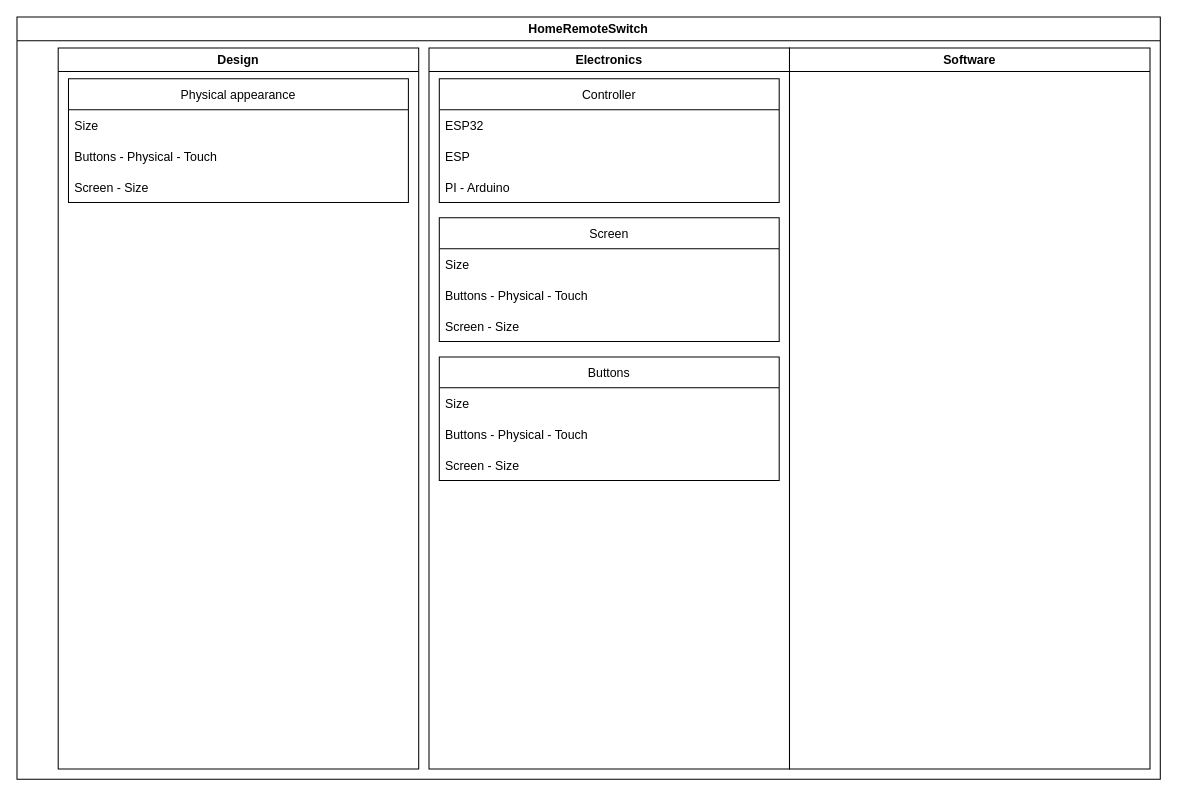
houdaerttim/HomeRemoteSwitch keeps this draw.io diagram as HomeRemoteSwitch.drawio. Above is the earlier version. Source tidied: cells renumbered, new cells numbered last; positions are measured from the earlier drawing's top-left corner, leaving out a move shared by most shapes. Both pictures are drawn from the tidied source at 103%, with x=0, y=0 at pixel (16, 16).
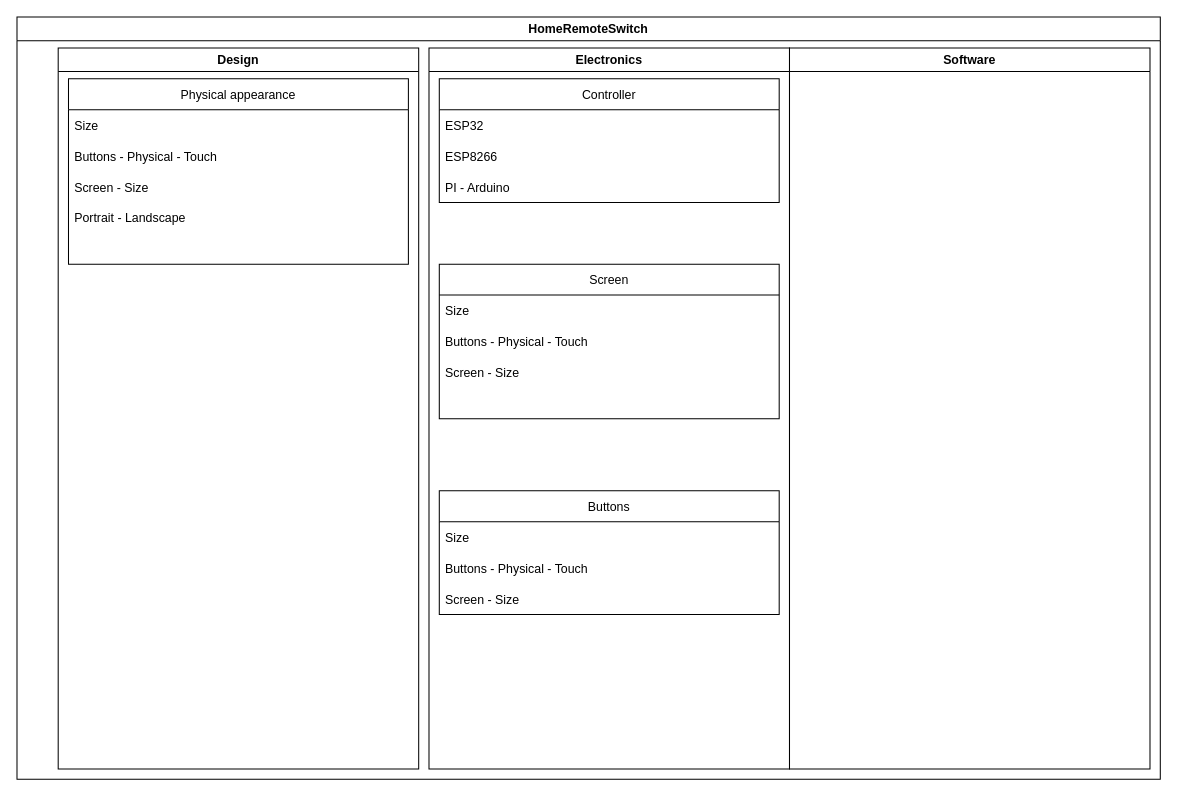
The same diagram, later.

The change refers to these unchanged cells:
```xml
<mxCell id="3" value="Design" style="swimlane;glass=0;" parent="2" vertex="1">
  <mxGeometry x="40" y="30" width="350" height="700" as="geometry" />
</mxCell>
<mxCell id="8" value="Electronics" style="swimlane;glass=0;" parent="2" vertex="1">
  <mxGeometry x="400" y="30" width="350" height="700" as="geometry" />
</mxCell>
<mxCell id="18" value="Controller" style="swimlane;fontStyle=0;horizontal=1;startSize=30;glass=0;" parent="1" vertex="1">
  <mxGeometry x="410" y="60" width="330" height="120" as="geometry" />
</mxCell>
```

Change to the diagram source:
```diff
@@
     <mxCell id="4" value="Physical appearance" style="swimlane;fontStyle=0;horizontal=1;startSize=30;glass=0;" parent="3" vertex="1">
-      <mxGeometry x="10" y="30" width="330" height="120" as="geometry" />
+      <mxGeometry x="10" y="30" width="330" height="180" as="geometry" />
     </mxCell>
@@
+    <mxCell id="22" value="Portrait - Landscape" style="text;strokeColor=none;fillColor=none;align=left;verticalAlign=middle;spacingLeft=4;spacingRight=4;overflow=hidden;glass=0;" parent="4" vertex="1">
+      <mxGeometry y="120" width="330" height="30" as="geometry" />
+    </mxCell>
+    <mxCell id="23" style="text;strokeColor=none;fillColor=none;align=left;verticalAlign=middle;spacingLeft=4;spacingRight=4;overflow=hidden;glass=0;" parent="4" vertex="1">
+      <mxGeometry y="150" width="330" height="30" as="geometry" />
+    </mxCell>
@@
     <mxCell id="9" value="Screen" style="swimlane;fontStyle=0;horizontal=1;startSize=30;glass=0;" parent="8" vertex="1">
-      <mxGeometry x="10" y="165" width="330" height="120" as="geometry" />
+      <mxGeometry x="10" y="210" width="330" height="150" as="geometry" />
     </mxCell>
@@
+    <mxCell id="24" style="text;strokeColor=none;fillColor=none;align=left;verticalAlign=middle;spacingLeft=4;spacingRight=4;overflow=hidden;glass=0;" parent="9" vertex="1">
+      <mxGeometry y="120" width="330" height="30" as="geometry" />
+    </mxCell>
     <mxCell id="13" value="Buttons" style="swimlane;fontStyle=0;horizontal=1;startSize=30;glass=0;" parent="8" vertex="1">
-      <mxGeometry x="10" y="300" width="330" height="120" as="geometry" />
+      <mxGeometry x="10" y="430" width="330" height="120" as="geometry" />
     </mxCell>
@@
-    <mxCell id="20" value="ESP" style="text;strokeColor=none;fillColor=none;align=left;verticalAlign=middle;spacingLeft=4;spacingRight=4;overflow=hidden;glass=0;" parent="18" vertex="1">
+    <mxCell id="20" value="ESP8266" style="text;strokeColor=none;fillColor=none;align=left;verticalAlign=middle;spacingLeft=4;spacingRight=4;overflow=hidden;glass=0;" parent="18" vertex="1">
       <mxGeometry y="60" width="330" height="30" as="geometry" />
     </mxCell>
```
